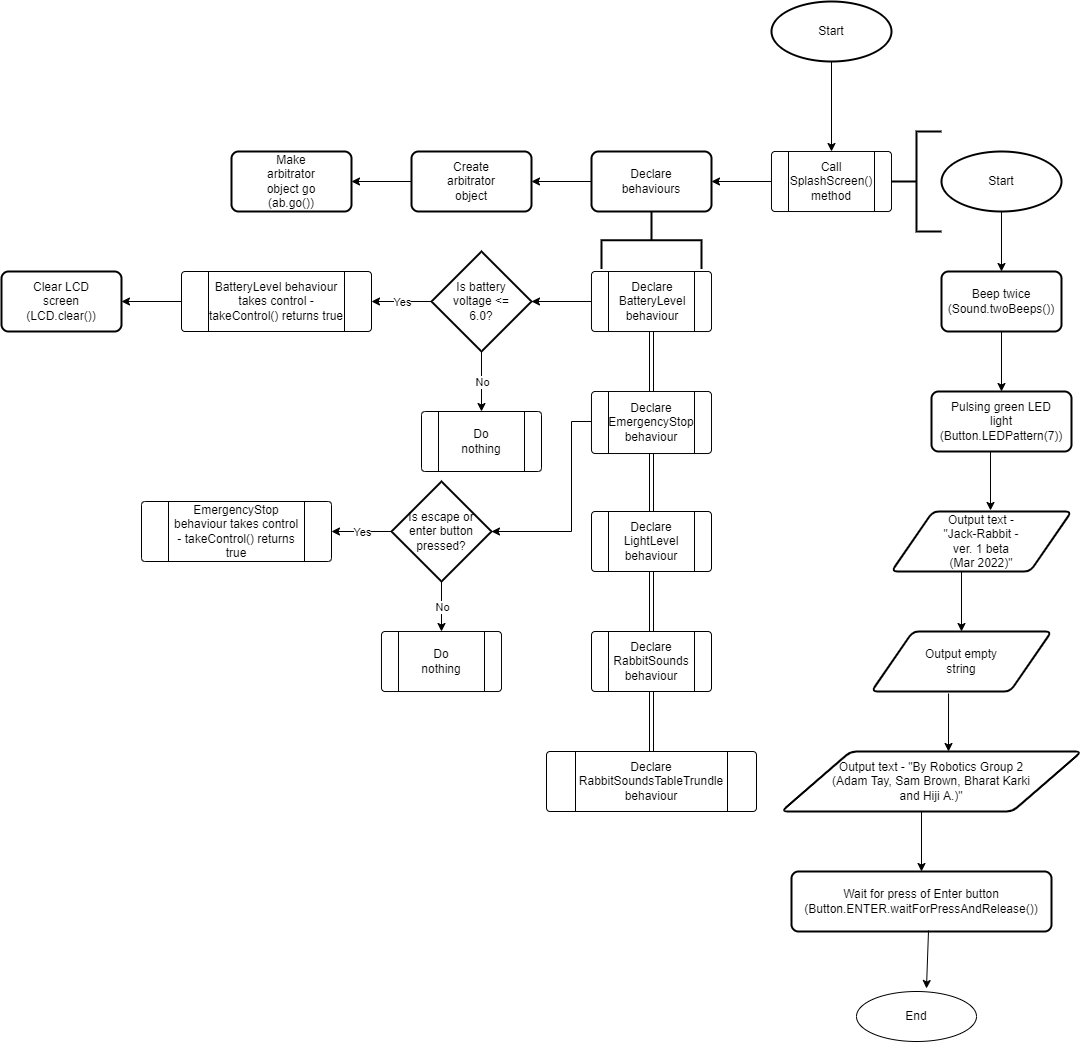
XLmT09/Bunny-Robot keeps this draw.io diagram as Final submission/ControlFlow.png. Above is the earlier version. Source tidied: cells renumbered, new cells last; positions are measured from the earlier drawing's top-left corner, leaving out a move shared by most shapes.
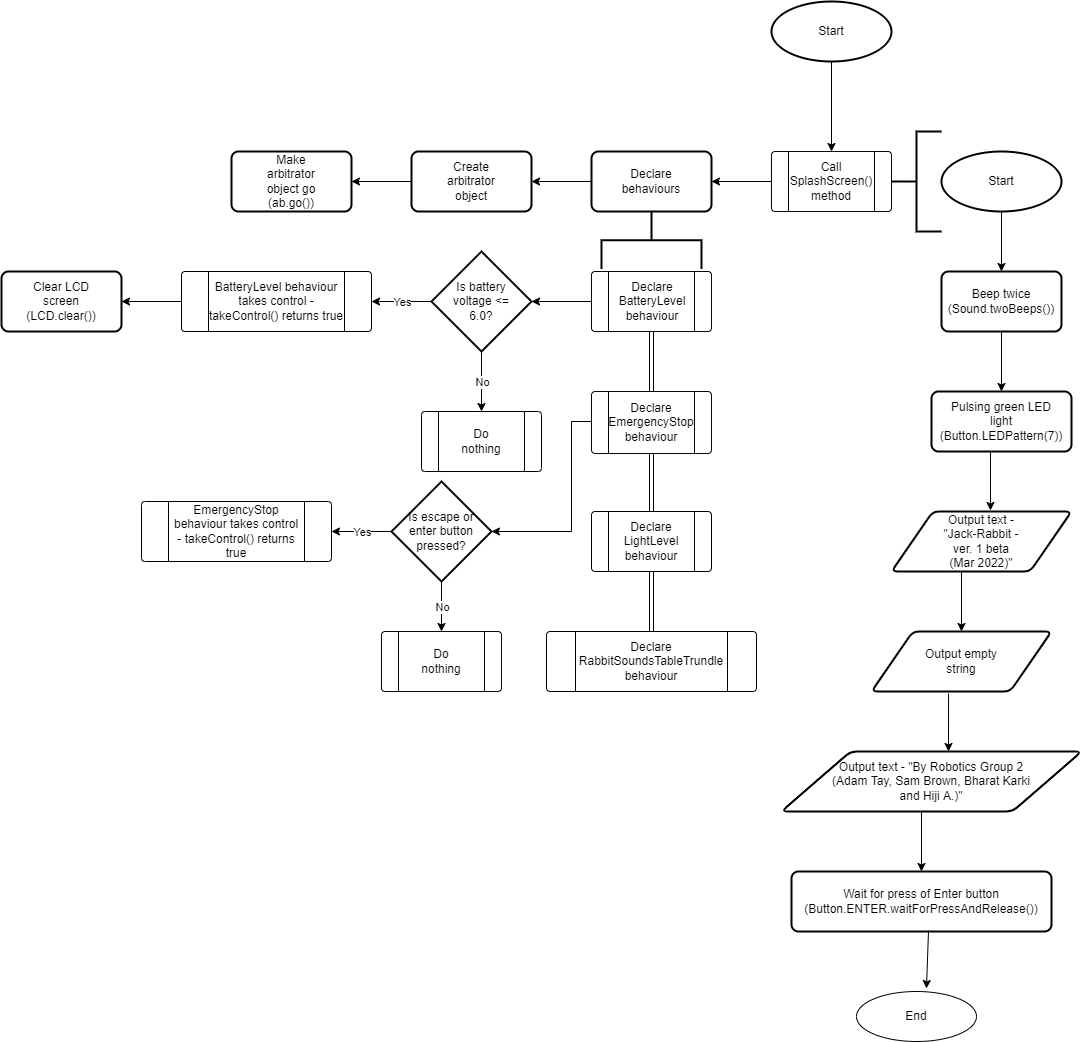
Above is the later version.

The edit, as a diff of the source:
```diff
@@ -162,23 +162,11 @@
     <mxCell id="51" value="Declare BatteryLevel behaviour" style="text;strokeColor=none;fillColor=none;html=1;align=center;verticalAlign=middle;whiteSpace=wrap;rounded=0;hachureGap=4;" parent="49" vertex="1">
       <mxGeometry x="31" y="15" width="60" height="30" as="geometry" />
     </mxCell>
-    <mxCell id="52" style="group;" parent="1" vertex="1">
-      <mxGeometry x="590" y="630" width="120" height="60" as="geometry" />
-    </mxCell>
-    <mxCell id="53" style="verticalLabelPosition=bottom;verticalAlign=top;html=1;shape=process;whiteSpace=wrap;rounded=1;size=0.14;arcSize=6;hachureGap=4;" parent="52" vertex="1">
-      <mxGeometry width="120" height="60" as="geometry" />
-    </mxCell>
-    <mxCell id="54" value="Declare RabbitSounds behaviour" style="text;strokeColor=none;fillColor=none;html=1;align=center;verticalAlign=middle;whiteSpace=wrap;rounded=0;hachureGap=4;" parent="52" vertex="1">
-      <mxGeometry x="30" y="15" width="60" height="30" as="geometry" />
-    </mxCell>
     <mxCell id="55" style="edgeStyle=none;shape=link;rounded=0;jettySize=auto;html=1;exitX=0.5;exitY=1;exitDx=0;exitDy=0;entryX=0.5;entryY=0;entryDx=0;entryDy=0;endArrow=open;sourcePerimeterSpacing=8;targetPerimeterSpacing=8;" parent="1" edge="1" source="50" target="47">
       <mxGeometry relative="1" as="geometry" />
     </mxCell>
-    <mxCell id="56" style="edgeStyle=none;shape=link;rounded=0;jettySize=auto;html=1;exitX=0.5;exitY=1;exitDx=0;exitDy=0;entryX=0.5;entryY=0;entryDx=0;entryDy=0;endArrow=open;sourcePerimeterSpacing=8;targetPerimeterSpacing=8;" parent="1" edge="1" source="53" target="58">
-      <mxGeometry relative="1" as="geometry" />
-    </mxCell>
     <mxCell id="57" style="group;" parent="1" vertex="1">
-      <mxGeometry x="545" y="750" width="210" height="60" as="geometry" />
+      <mxGeometry x="545" y="630" width="210" height="60" as="geometry" />
     </mxCell>
     <mxCell id="58" style="verticalLabelPosition=bottom;verticalAlign=top;html=1;shape=process;whiteSpace=wrap;rounded=1;size=0.14;arcSize=6;hachureGap=4;" parent="57" vertex="1">
       <mxGeometry width="210" height="60" as="geometry" />
@@ -222,8 +210,10 @@
     <mxCell id="71" style="edgeStyle=none;rounded=0;jettySize=auto;html=1;exitX=0.5;exitY=1;exitDx=0;exitDy=0;entryX=0.5;entryY=0;entryDx=0;entryDy=0;endArrow=open;sourcePerimeterSpacing=8;targetPerimeterSpacing=8;shape=link;" parent="1" edge="1" source="47" target="69">
       <mxGeometry relative="1" as="geometry" />
     </mxCell>
-    <mxCell id="72" style="edgeStyle=none;shape=link;rounded=0;jettySize=auto;html=1;exitX=0.5;exitY=1;exitDx=0;exitDy=0;entryX=0.5;entryY=0;entryDx=0;entryDy=0;endArrow=open;sourcePerimeterSpacing=8;targetPerimeterSpacing=8;" parent="1" edge="1" source="69" target="53">
-      <mxGeometry relative="1" as="geometry" />
+    <mxCell id="72" style="edgeStyle=none;shape=link;rounded=0;jettySize=auto;html=1;exitX=0.5;exitY=1;exitDx=0;exitDy=0;entryX=0.5;entryY=0;entryDx=0;entryDy=0;endArrow=open;sourcePerimeterSpacing=8;targetPerimeterSpacing=8;" parent="1" edge="1" source="69">
+      <mxGeometry relative="1" as="geometry">
+        <mxPoint x="650" y="630" as="targetPoint" />
+      </mxGeometry>
     </mxCell>
     <mxCell id="73" style="endArrow=classic;html=1;rounded=0;sourcePerimeterSpacing=8;targetPerimeterSpacing=8;entryX=1;entryY=0.5;entryDx=0;entryDy=0;entryPerimeter=0;exitX=0;exitY=0.5;exitDx=0;exitDy=0;" parent="1" edge="1" source="50" target="75">
       <mxGeometry relative="1" as="geometry" />
```
